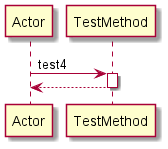
This is Diagrams/SAFE/test4.png from manucapo/Gardener, a PlantUML export, as it was before one commit. Source of this version:
```plantuml
@startuml
participant Actor
Actor -> TestMethod: test4
activate TestMethod
return
@enduml
```
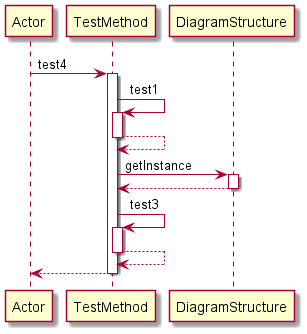
Above is the later version.

What changed in the source:
```diff
@@ -2,5 +2,17 @@
 participant Actor
 Actor -> TestMethod: test4
 activate TestMethod
+TestMethod -> TestMethod: test1
+activate TestMethod
+TestMethod-->TestMethod
+deactivate TestMethod
+TestMethod -> DiagramStructure: getInstance
+activate DiagramStructure
+DiagramStructure-->TestMethod
+deactivate DiagramStructure
+TestMethod -> TestMethod: test3
+activate TestMethod
+TestMethod-->TestMethod
+deactivate TestMethod
 return
 @enduml
```
